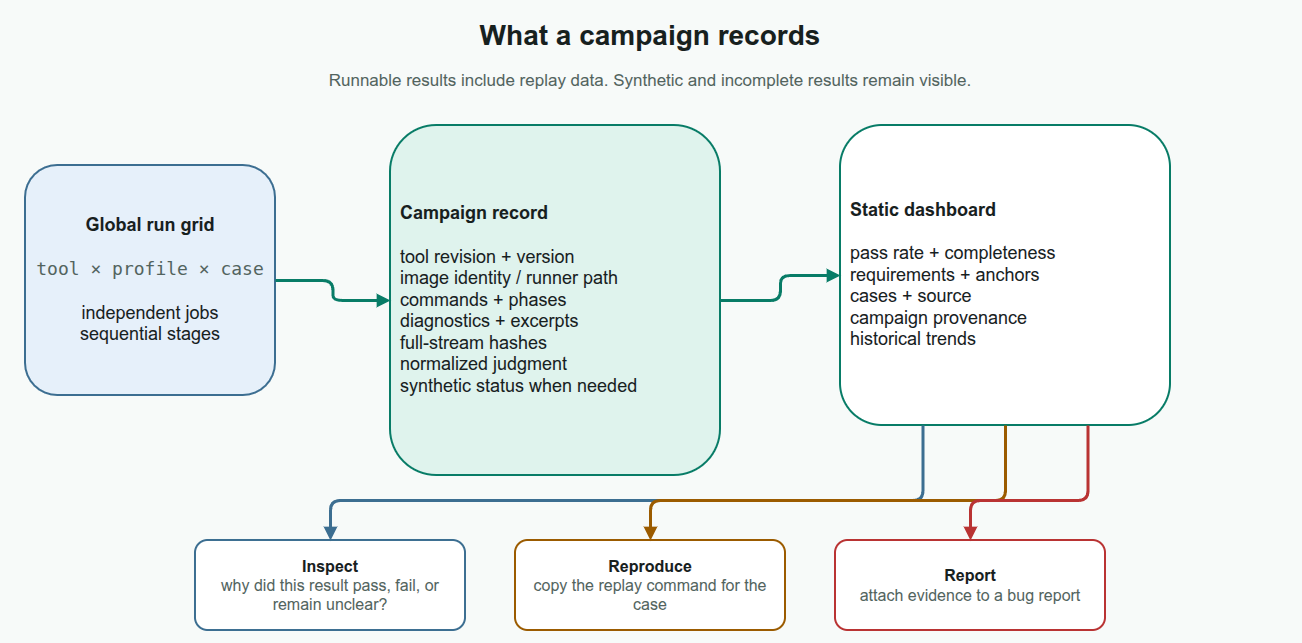
kleverhq/svtorture keeps this draw.io diagram as docs/about/assets/campaign-to-dashboard.drawio.png. Above is the earlier version. Source tidied: cells renumbered, new cells last; positions are measured from the earlier drawing's top-left corner, leaving out a move shared by most shapes.
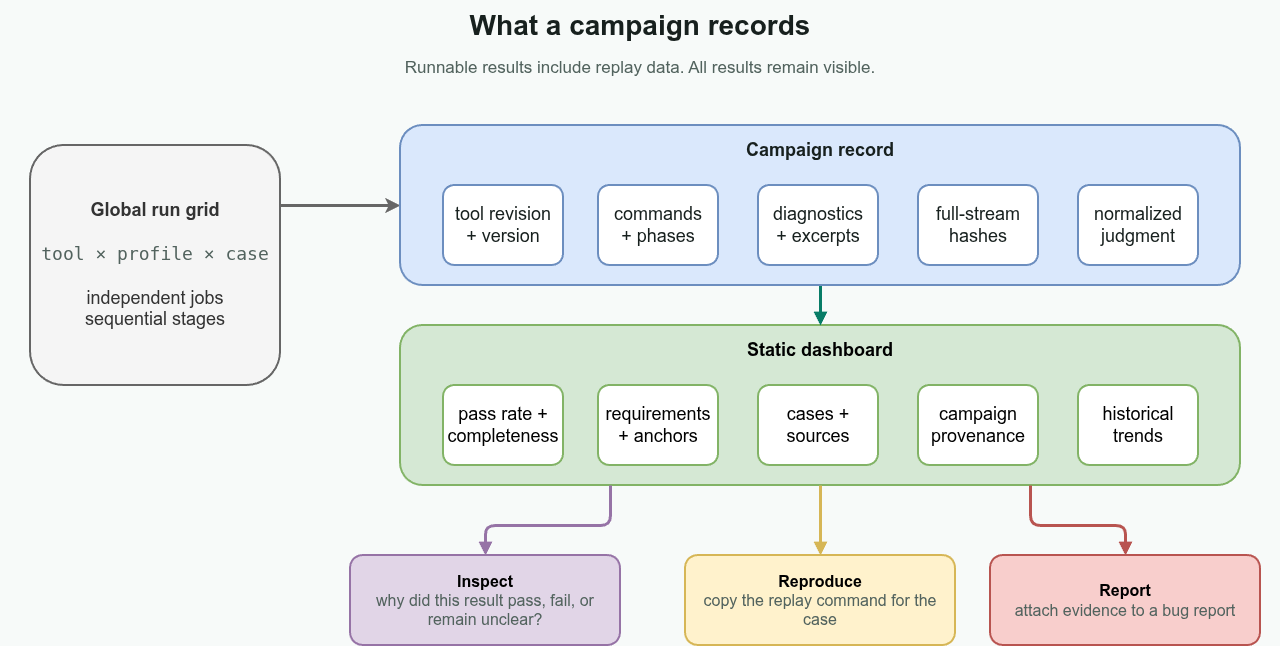
The same file after the commit.

Diff of the diagram source:
```diff
@@ -5,56 +5,81 @@
     <mxCell id="2" value="What a campaign records" style="rounded=1;whiteSpace=wrap;html=1;arcSize=14;fillColor=none;strokeColor=none;strokeWidth=2;fontColor=#17201E;fontSize=28;fontStyle=1;align=center;verticalAlign=middle;spacing=10;rounded=0;spacing=0;verticalAlign=middle;" parent="1" vertex="1">
       <mxGeometry width="1280" height="50" as="geometry" />
     </mxCell>
-    <mxCell id="3" value="Runnable results include replay data. Synthetic and incomplete results remain visible." style="rounded=1;whiteSpace=wrap;html=1;arcSize=14;fillColor=none;strokeColor=none;strokeWidth=2;fontColor=#52635E;fontSize=17;fontStyle=0;align=center;verticalAlign=middle;spacing=10;rounded=0;spacing=0;verticalAlign=middle;" parent="1" vertex="1">
-      <mxGeometry x="60" y="53" width="1160" height="35" as="geometry" />
+    <mxCell id="3" value="Runnable results include replay data. All results remain visible." style="rounded=1;whiteSpace=wrap;html=1;arcSize=14;fillColor=none;strokeColor=none;strokeWidth=2;fontColor=#52635E;fontSize=17;fontStyle=0;align=center;verticalAlign=middle;spacing=10;rounded=0;spacing=0;verticalAlign=middle;" parent="1" vertex="1">
+      <mxGeometry x="60" y="50" width="1160" height="35" as="geometry" />
     </mxCell>
+    <mxCell id="15" style="edgeStyle=orthogonalEdgeStyle;rounded=0;jettySize=auto;html=1;exitX=1;exitY=0.25;exitDx=0;exitDy=0;entryX=0;entryY=0.5;entryDx=0;entryDy=0;strokeWidth=3;fillColor=#f5f5f5;strokeColor=#666666;" parent="1" edge="1" source="4" target="21">
+      <mxGeometry relative="1" as="geometry" />
+    </mxCell>
-    <mxCell id="4" value="&lt;b&gt;Global run grid&lt;/b&gt;&lt;br&gt;&lt;br&gt;&lt;font face=&quot;monospace&quot; color=&quot;#52635E&quot;&gt;tool × profile × case&lt;/font&gt;&lt;br&gt;&lt;br&gt;independent jobs&lt;br&gt;sequential stages" style="rounded=1;whiteSpace=wrap;html=1;arcSize=14;fillColor=#E6F0FA;strokeColor=#3C6E91;strokeWidth=2;fontColor=#17201E;fontSize=18;fontStyle=0;align=center;verticalAlign=middle;spacing=10;" parent="1" vertex="1">
-      <mxGeometry x="15" y="155" width="250" height="230" as="geometry" />
+    <mxCell id="4" value="&lt;b&gt;Global run grid&lt;/b&gt;&lt;br&gt;&lt;br&gt;&lt;font face=&quot;monospace&quot; color=&quot;#52635E&quot;&gt;tool × profile × case&lt;/font&gt;&lt;br&gt;&lt;br&gt;independent jobs&lt;br&gt;sequential stages" style="rounded=1;whiteSpace=wrap;html=1;arcSize=14;fillColor=#f5f5f5;strokeColor=#666666;strokeWidth=2;fontSize=18;fontStyle=0;align=center;verticalAlign=middle;spacing=10;fontColor=#333333;" parent="1" vertex="1">
+      <mxGeometry x="30" y="145" width="250" height="240" as="geometry" />
     </mxCell>
-    <mxCell id="5" value="&lt;b&gt;Campaign record&lt;/b&gt;&lt;br&gt;&lt;br&gt;tool revision + version&lt;br&gt;image identity / runner path&lt;br&gt;commands + phases&lt;br&gt;diagnostics + excerpts&lt;br&gt;full-stream hashes&lt;br&gt;normalized judgment&lt;br&gt;synthetic status when needed" style="rounded=1;whiteSpace=wrap;html=1;arcSize=14;fillColor=#DFF3ED;strokeColor=#087C67;strokeWidth=2;fontColor=#17201E;fontSize=18;fontStyle=0;align=left;verticalAlign=middle;spacing=10;" parent="1" vertex="1">
-      <mxGeometry x="380" y="115" width="330" height="350" as="geometry" />
-    </mxCell>
-    <mxCell id="6" value="&lt;b&gt;Static dashboard&lt;/b&gt;&lt;br&gt;&lt;br&gt;pass rate + completeness&lt;br&gt;requirements + anchors&lt;br&gt;cases + source&lt;br&gt;campaign provenance&lt;br&gt;historical trends" style="rounded=1;whiteSpace=wrap;html=1;arcSize=14;fillColor=#FFFFFF;strokeColor=#087C67;strokeWidth=2;fontColor=#17201E;fontSize=18;fontStyle=0;align=left;verticalAlign=middle;spacing=10;" parent="1" vertex="1">
-      <mxGeometry x="830" y="115" width="330" height="300" as="geometry" />
+    <mxCell id="6" value="&lt;b&gt;Static dashboard&lt;/b&gt;" style="rounded=1;whiteSpace=wrap;html=1;arcSize=14;fillColor=#d5e8d4;strokeColor=#82b366;strokeWidth=2;fontSize=18;fontStyle=0;align=center;verticalAlign=top;spacing=10;" parent="1" vertex="1">
+      <mxGeometry x="400" y="325" width="840" height="160" as="geometry" />
     </mxCell>
-    <mxCell id="7" style="edgeStyle=orthogonalEdgeStyle;rounded=1;jettySize=auto;html=1;strokeColor=#087C67;strokeWidth=3;endArrow=block;endFill=1;exitX=1;exitY=0.5;entryX=0;entryY=0.5;dashed=0;" parent="1" edge="1" source="4" target="5">
-      <mxGeometry relative="1" as="geometry" />
-    </mxCell>
-    <mxCell id="8" style="edgeStyle=orthogonalEdgeStyle;rounded=1;jettySize=auto;html=1;strokeColor=#087C67;strokeWidth=3;endArrow=block;endFill=1;exitX=1;exitY=0.5;entryX=0;entryY=0.5;dashed=0;" parent="1" edge="1" source="5" target="6">
+    <mxCell id="8" style="edgeStyle=orthogonalEdgeStyle;rounded=1;jettySize=auto;html=1;strokeColor=#087C67;strokeWidth=3;endArrow=block;endFill=1;exitX=0.5;exitY=1;entryX=0.5;entryY=0;dashed=0;entryDx=0;entryDy=0;exitDx=0;exitDy=0;" parent="1" edge="1" source="21" target="6">
       <mxGeometry relative="1" as="geometry" />
     </mxCell>
-    <mxCell id="9" value="&lt;b&gt;Inspect&lt;/b&gt;&lt;br&gt;&lt;font color=&quot;#52635E&quot;&gt;why did this result pass, fail, or remain unclear?&lt;/font&gt;" style="rounded=1;whiteSpace=wrap;html=1;arcSize=14;fillColor=#FFFFFF;strokeColor=#3C6E91;strokeWidth=2;fontColor=#17201E;fontSize=16;fontStyle=0;align=center;verticalAlign=middle;spacing=10;" parent="1" vertex="1">
-      <mxGeometry x="185" y="530" width="270" height="90" as="geometry" />
+    <mxCell id="9" value="&lt;b&gt;Inspect&lt;/b&gt;&lt;br&gt;&lt;font color=&quot;#52635E&quot;&gt;why did this result pass, fail, or remain unclear?&lt;/font&gt;" style="rounded=1;whiteSpace=wrap;html=1;arcSize=14;fillColor=#e1d5e7;strokeColor=#9673a6;strokeWidth=2;fontSize=16;fontStyle=0;align=center;verticalAlign=middle;spacing=10;" parent="1" vertex="1">
+      <mxGeometry x="350" y="555" width="270" height="90" as="geometry" />
     </mxCell>
-    <mxCell id="10" value="&lt;b&gt;Reproduce&lt;/b&gt;&lt;br&gt;&lt;font color=&quot;#52635E&quot;&gt;copy the replay command for the case&lt;/font&gt;" style="rounded=1;whiteSpace=wrap;html=1;arcSize=14;fillColor=#FFFFFF;strokeColor=#9B5B00;strokeWidth=2;fontColor=#17201E;fontSize=16;fontStyle=0;align=center;verticalAlign=middle;spacing=10;" parent="1" vertex="1">
-      <mxGeometry x="505" y="530" width="270" height="90" as="geometry" />
+    <mxCell id="10" value="&lt;b&gt;Reproduce&lt;/b&gt;&lt;br&gt;&lt;font color=&quot;#52635E&quot;&gt;copy the replay command for the case&lt;/font&gt;" style="rounded=1;whiteSpace=wrap;html=1;arcSize=14;fillColor=#fff2cc;strokeColor=#d6b656;strokeWidth=2;fontSize=16;fontStyle=0;align=center;verticalAlign=middle;spacing=10;" parent="1" vertex="1">
+      <mxGeometry x="685" y="555" width="270" height="90" as="geometry" />
     </mxCell>
-    <mxCell id="11" value="&lt;b&gt;Report&lt;/b&gt;&lt;br&gt;&lt;font color=&quot;#52635E&quot;&gt;attach evidence to a bug report&lt;/font&gt;" style="rounded=1;whiteSpace=wrap;html=1;arcSize=14;fillColor=#FFFFFF;strokeColor=#B93333;strokeWidth=2;fontColor=#17201E;fontSize=16;fontStyle=0;align=center;verticalAlign=middle;spacing=10;" parent="1" vertex="1">
-      <mxGeometry x="825" y="530" width="270" height="90" as="geometry" />
+    <mxCell id="11" value="&lt;b&gt;Report&lt;/b&gt;&lt;br&gt;&lt;font color=&quot;#52635E&quot;&gt;attach evidence to a bug report&lt;/font&gt;" style="rounded=1;whiteSpace=wrap;html=1;arcSize=14;fillColor=#f8cecc;strokeColor=#b85450;strokeWidth=2;fontSize=16;fontStyle=0;align=center;verticalAlign=middle;spacing=10;" parent="1" vertex="1">
+      <mxGeometry x="990" y="555" width="270" height="90" as="geometry" />
     </mxCell>
-    <mxCell id="12" style="edgeStyle=orthogonalEdgeStyle;rounded=1;jettySize=auto;html=1;strokeColor=#3C6E91;strokeWidth=3;endArrow=block;endFill=1;exitX=0.25;exitY=1;entryX=0.5;entryY=0;dashed=0;" parent="1" edge="1" source="6" target="9">
+    <mxCell id="12" style="edgeStyle=orthogonalEdgeStyle;rounded=1;jettySize=auto;html=1;strokeColor=#9673a6;strokeWidth=3;endArrow=block;endFill=1;exitX=0.25;exitY=1;entryX=0.5;entryY=0;dashed=0;fillColor=#e1d5e7;" parent="1" edge="1" source="6" target="9">
       <mxGeometry relative="1" as="geometry">
         <Array as="points">
-          <mxPoint x="912" y="490" />
-          <mxPoint x="320" y="490" />
+          <mxPoint x="610" y="525" />
+          <mxPoint x="485" y="525" />
         </Array>
       </mxGeometry>
     </mxCell>
-    <mxCell id="13" style="edgeStyle=orthogonalEdgeStyle;rounded=1;jettySize=auto;html=1;strokeColor=#9B5B00;strokeWidth=3;endArrow=block;endFill=1;exitX=0.5;exitY=1;entryX=0.5;entryY=0;dashed=0;" parent="1" edge="1" source="6" target="10">
-      <mxGeometry relative="1" as="geometry">
-        <Array as="points">
-          <mxPoint x="995" y="490" />
-          <mxPoint x="640" y="490" />
-        </Array>
-      </mxGeometry>
+    <mxCell id="13" style="edgeStyle=orthogonalEdgeStyle;rounded=1;jettySize=auto;html=1;strokeColor=#d6b656;strokeWidth=3;endArrow=block;endFill=1;entryX=0.5;entryY=0;dashed=0;exitX=0.5;exitY=1;exitDx=0;exitDy=0;fillColor=#fff2cc;" parent="1" edge="1" source="6" target="10">
+      <mxGeometry relative="1" as="geometry" />
     </mxCell>
-    <mxCell id="14" style="edgeStyle=orthogonalEdgeStyle;rounded=1;jettySize=auto;html=1;strokeColor=#B93333;strokeWidth=3;endArrow=block;endFill=1;exitX=0.75;exitY=1;entryX=0.5;entryY=0;dashed=0;" parent="1" edge="1" source="6" target="11">
+    <mxCell id="14" style="edgeStyle=orthogonalEdgeStyle;rounded=1;jettySize=auto;html=1;strokeColor=#b85450;strokeWidth=3;endArrow=block;endFill=1;exitX=0.75;exitY=1;entryX=0.5;entryY=0;dashed=0;fillColor=#f8cecc;" parent="1" edge="1" source="6" target="11">
       <mxGeometry relative="1" as="geometry">
         <Array as="points">
-          <mxPoint x="1077" y="490" />
-          <mxPoint x="960" y="490" />
+          <mxPoint x="1030" y="525" />
+          <mxPoint x="1125" y="525" />
         </Array>
       </mxGeometry>
     </mxCell>
+    <mxCell id="16" value="&lt;span style=&quot;font-size: 18px;&quot;&gt;pass rate +&lt;/span&gt;&lt;div&gt;&lt;span style=&quot;font-size: 18px;&quot;&gt;completeness&lt;/span&gt;&lt;/div&gt;" style="rounded=1;whiteSpace=wrap;html=1;arcSize=14;fillColor=default;strokeColor=#82b366;strokeWidth=2;fontSize=16;fontStyle=0;align=center;verticalAlign=middle;spacing=10;" parent="1" vertex="1">
+      <mxGeometry x="443" y="385" width="120" height="80" as="geometry" />
+    </mxCell>
+    <mxCell id="17" value="&lt;span style=&quot;font-size: 18px;&quot;&gt;requirements + anchors&lt;/span&gt;" style="rounded=1;whiteSpace=wrap;html=1;arcSize=14;fillColor=default;strokeColor=#82b366;strokeWidth=2;fontSize=16;fontStyle=0;align=center;verticalAlign=middle;spacing=10;" parent="1" vertex="1">
+      <mxGeometry x="598" y="385" width="120" height="80" as="geometry" />
+    </mxCell>
+    <mxCell id="18" value="&lt;span style=&quot;font-size: 18px;&quot;&gt;cases + sources&lt;/span&gt;" style="rounded=1;whiteSpace=wrap;html=1;arcSize=14;fillColor=default;strokeColor=#82b366;strokeWidth=2;fontSize=16;fontStyle=0;align=center;verticalAlign=middle;spacing=10;" parent="1" vertex="1">
+      <mxGeometry x="758" y="385" width="120" height="80" as="geometry" />
+    </mxCell>
+    <mxCell id="19" value="&lt;span style=&quot;font-size: 18px;&quot;&gt;campaign provenance&lt;/span&gt;" style="rounded=1;whiteSpace=wrap;html=1;arcSize=14;fillColor=default;strokeColor=#82b366;strokeWidth=2;fontSize=16;fontStyle=0;align=center;verticalAlign=middle;spacing=10;" parent="1" vertex="1">
+      <mxGeometry x="918" y="385" width="120" height="80" as="geometry" />
+    </mxCell>
+    <mxCell id="20" value="&lt;span style=&quot;font-size: 18px;&quot;&gt;historical trends&lt;/span&gt;" style="rounded=1;whiteSpace=wrap;html=1;arcSize=14;fillColor=default;strokeColor=#82b366;strokeWidth=2;fontSize=16;fontStyle=0;align=center;verticalAlign=middle;spacing=10;" parent="1" vertex="1">
+      <mxGeometry x="1078" y="385" width="120" height="80" as="geometry" />
+    </mxCell>
+    <mxCell id="21" value="&lt;b style=&quot;color: rgb(23, 32, 30); text-align: left;&quot;&gt;Campaign record&lt;/b&gt;" style="rounded=1;whiteSpace=wrap;html=1;arcSize=14;fillColor=#dae8fc;strokeColor=#6c8ebf;strokeWidth=2;fontSize=18;fontStyle=0;align=center;verticalAlign=top;spacing=10;" parent="1" vertex="1">
+      <mxGeometry x="400" y="125" width="840" height="160" as="geometry" />
+    </mxCell>
+    <mxCell id="22" value="&lt;span style=&quot;color: rgb(23, 32, 30); font-size: 18px; text-align: left;&quot;&gt;tool revision + version&lt;/span&gt;" style="rounded=1;whiteSpace=wrap;html=1;arcSize=14;fillColor=default;strokeColor=#6c8ebf;strokeWidth=2;fontSize=16;fontStyle=0;align=center;verticalAlign=middle;spacing=10;" parent="1" vertex="1">
+      <mxGeometry x="443" y="185" width="120" height="80" as="geometry" />
+    </mxCell>
+    <mxCell id="23" value="&lt;span style=&quot;color: rgb(23, 32, 30); font-size: 18px; text-align: left;&quot;&gt;commands + phases&lt;/span&gt;" style="rounded=1;whiteSpace=wrap;html=1;arcSize=14;fillColor=default;strokeColor=#6c8ebf;strokeWidth=2;fontSize=16;fontStyle=0;align=center;verticalAlign=middle;spacing=10;" parent="1" vertex="1">
+      <mxGeometry x="598" y="185" width="120" height="80" as="geometry" />
+    </mxCell>
+    <mxCell id="24" value="&lt;span style=&quot;color: rgb(23, 32, 30); font-size: 18px; text-align: left;&quot;&gt;diagnostics + excerpts&lt;/span&gt;" style="rounded=1;whiteSpace=wrap;html=1;arcSize=14;fillColor=default;strokeColor=#6c8ebf;strokeWidth=2;fontSize=16;fontStyle=0;align=center;verticalAlign=middle;spacing=10;" parent="1" vertex="1">
+      <mxGeometry x="758" y="185" width="120" height="80" as="geometry" />
+    </mxCell>
+    <mxCell id="25" value="&lt;span style=&quot;color: rgb(23, 32, 30); font-size: 18px; text-align: left;&quot;&gt;full-stream hashes&lt;/span&gt;" style="rounded=1;whiteSpace=wrap;html=1;arcSize=14;fillColor=default;strokeColor=#6c8ebf;strokeWidth=2;fontSize=16;fontStyle=0;align=center;verticalAlign=middle;spacing=10;" parent="1" vertex="1">
+      <mxGeometry x="918" y="185" width="120" height="80" as="geometry" />
+    </mxCell>
+    <mxCell id="26" value="&lt;span style=&quot;color: rgb(23, 32, 30); font-size: 18px; text-align: left;&quot;&gt;normalized judgment&lt;/span&gt;" style="rounded=1;whiteSpace=wrap;html=1;arcSize=14;fillColor=default;strokeColor=#6c8ebf;strokeWidth=2;fontSize=16;fontStyle=0;align=center;verticalAlign=middle;spacing=10;" parent="1" vertex="1">
+      <mxGeometry x="1078" y="185" width="120" height="80" as="geometry" />
+    </mxCell>
   </root>
 </mxGraphModel>
```
